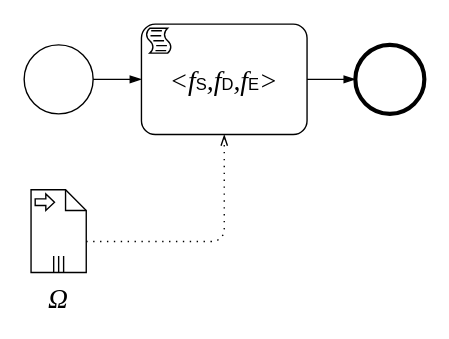
Above: page "action-bis" (2 of 5) of doc/Paper_BPMN_flow_seq.drawio in miguel76/know-flow (draw.io), before the change. Source tidied: cells renumbered, new cells numbered last; positions are measured from the earlier drawing's top-left corner, leaving out a move shared by most shapes. Both pictures are drawn from the tidied source at 138%, with x=0, y=0 at pixel (23, 23).
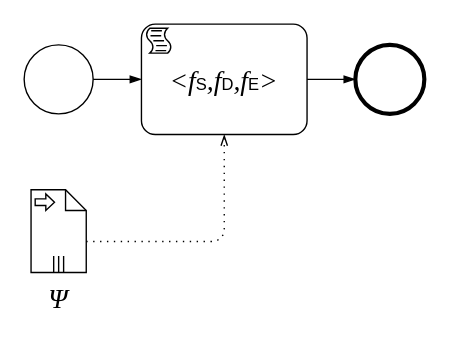
Above is the later version.

Diff of the diagram source:
```diff
@@
 <mxGraphModel>
   <root>
     <mxCell id="0" />
     <mxCell id="1" parent="0" />
-    <mxCell id="2" value="&lt;i&gt;&lt;font face=&quot;Times New Roman&quot;&gt;Ω&lt;/font&gt;&lt;/i&gt;" style="shape=mxgraph.bpmn.data;labelPosition=center;verticalLabelPosition=bottom;align=center;verticalAlign=top;whiteSpace=wrap;size=15;html=1;bpmnTransferType=input;isCollection=1;fontSize=20;" parent="1" vertex="1">
+    <mxCell id="2" value="&lt;span style=&quot;text-align: left ; background-color: rgb(255 , 255 , 255)&quot;&gt;&lt;font style=&quot;font-size: 20px&quot; face=&quot;Times New Roman&quot;&gt;&lt;i&gt;Ψ&lt;/i&gt;&lt;/font&gt;&lt;/span&gt;" style="shape=mxgraph.bpmn.data;labelPosition=center;verticalLabelPosition=bottom;align=center;verticalAlign=top;whiteSpace=wrap;size=15;html=1;bpmnTransferType=input;isCollection=1;fontSize=20;" parent="1" vertex="1">
       <mxGeometry x="5" y="120" width="40" height="60" as="geometry" />
     </mxCell>
     <mxCell id="3" style="points=[[0.25,0,0],[0.5,0,0],[0.75,0,0],[1,0.25,0],[1,0.5,0],[1,0.75,0],[0.75,1,0],[0.5,1,0],[0.25,1,0],[0,0.75,0],[0,0.5,0],[0,0.25,0]];shape=mxgraph.bpmn.task;whiteSpace=wrap;rectStyle=rounded;size=10;taskMarker=script;fontStyle=2;fontSize=20;fontFamily=Times New Roman;" parent="1" vertex="1">
       <mxGeometry x="85" width="120" height="80" as="geometry" />
     </mxCell>
     <mxCell id="4" style="points=[[0.145,0.145,0],[0.5,0,0],[0.855,0.145,0],[1,0.5,0],[0.855,0.855,0],[0.5,1,0],[0.145,0.855,0],[0,0.5,0]];shape=mxgraph.bpmn.event;html=1;verticalLabelPosition=bottom;labelBackgroundColor=#ffffff;verticalAlign=top;align=center;perimeter=ellipsePerimeter;outlineConnect=0;outline=standard;symbol=general;fontSize=20;" parent="1" vertex="1">
       <mxGeometry y="15" width="50" height="50" as="geometry" />
     </mxCell>
     <mxCell id="5" style="points=[[0.145,0.145,0],[0.5,0,0],[0.855,0.145,0],[1,0.5,0],[0.855,0.855,0],[0.5,1,0],[0.145,0.855,0],[0,0.5,0]];shape=mxgraph.bpmn.event;html=1;verticalLabelPosition=bottom;labelBackgroundColor=#ffffff;verticalAlign=top;align=center;perimeter=ellipsePerimeter;outlineConnect=0;outline=end;symbol=terminate2;fontSize=20;" parent="1" vertex="1">
       <mxGeometry x="240" y="15" width="50" height="50" as="geometry" />
     </mxCell>
     <mxCell id="6" style="edgeStyle=elbowEdgeStyle;fontSize=12;html=1;endArrow=blockThin;endFill=1;exitX=1;exitY=0.5;exitDx=0;exitDy=0;exitPerimeter=0;" parent="1" edge="1" source="3" target="5">
       <mxGeometry relative="1" as="geometry" />
     </mxCell>
     <mxCell id="7" style="edgeStyle=elbowEdgeStyle;fontSize=12;html=1;endArrow=blockThin;endFill=1;exitX=1;exitY=0.5;exitDx=0;exitDy=0;exitPerimeter=0;entryX=0;entryY=0.5;entryDx=0;entryDy=0;entryPerimeter=0;" parent="1" edge="1" source="4" target="3">
       <mxGeometry relative="1" as="geometry">
         <Array as="points">
           <mxPoint x="65" y="40" />
           <mxPoint x="215" y="120" />
           <mxPoint x="245" y="200" />
         </Array>
       </mxGeometry>
     </mxCell>
     <mxCell id="8" style="edgeStyle=elbowEdgeStyle;fontSize=12;html=1;endFill=0;startFill=0;endSize=6;startSize=6;dashed=1;dashPattern=1 4;endArrow=openThin;startArrow=none;exitX=0;exitY=0;exitDx=40;exitDy=37.5;exitPerimeter=0;entryX=0.5;entryY=1;entryDx=0;entryDy=0;entryPerimeter=0;" parent="1" edge="1" source="2" target="3">
       <mxGeometry relative="1" as="geometry">
         <Array as="points">
           <mxPoint x="145" y="140" />
           <mxPoint x="178.5" y="180" />
           <mxPoint x="148.5" y="190" />
           <mxPoint x="178.5" y="240" />
           <mxPoint x="208.5" y="220" />
         </Array>
       </mxGeometry>
     </mxCell>
     <mxCell id="9" value="&lt;font face=&quot;Times New Roman&quot;&gt;&lt;i style=&quot;font-size: 20px&quot;&gt;&amp;lt;f&lt;/i&gt;&lt;/font&gt;S&lt;font face=&quot;Times New Roman&quot;&gt;&lt;i style=&quot;font-size: 20px&quot;&gt;,f&lt;/i&gt;&lt;/font&gt;D&lt;font face=&quot;Times New Roman&quot;&gt;&lt;i style=&quot;font-size: 20px&quot;&gt;,f&lt;/i&gt;&lt;/font&gt;E&lt;font face=&quot;Times New Roman&quot;&gt;&lt;i style=&quot;font-size: 20px&quot;&gt;&amp;gt;&lt;/i&gt;&lt;/font&gt;" style="text;html=1;strokeColor=none;fillColor=none;align=center;verticalAlign=middle;whiteSpace=wrap;rounded=0;" parent="1" vertex="1">
       <mxGeometry x="115" y="25" width="60" height="30" as="geometry" />
     </mxCell>
   </root>
 </mxGraphModel>
```
